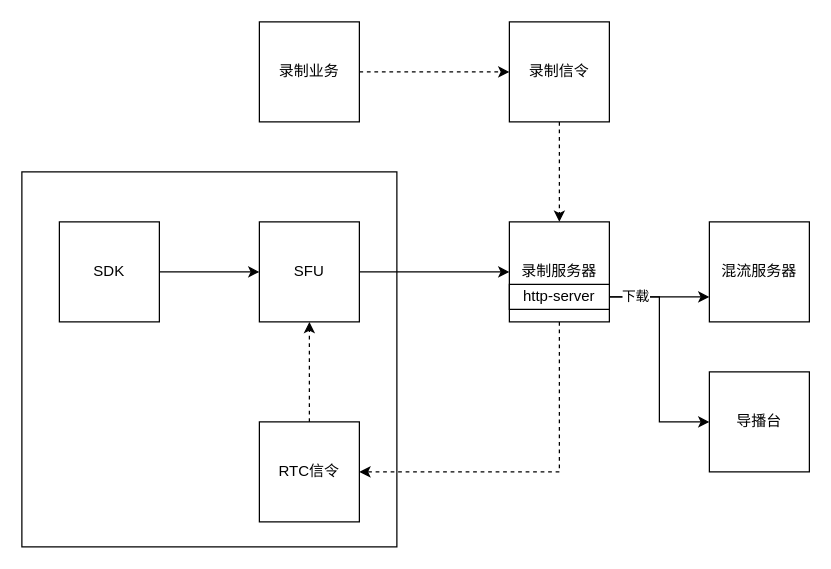
Earlier version of the draw.io diagram page "Page-14" (14 of 17) of Untitled Diagram2.drawio (craterone/imgs). Source tidied: cells renumbered, new cells numbered last; positions are measured from the earlier drawing's top-left corner, leaving out a move shared by most shapes. Both pictures are drawn from the tidied source at 125%, with x=0, y=0 at pixel (21, 21).
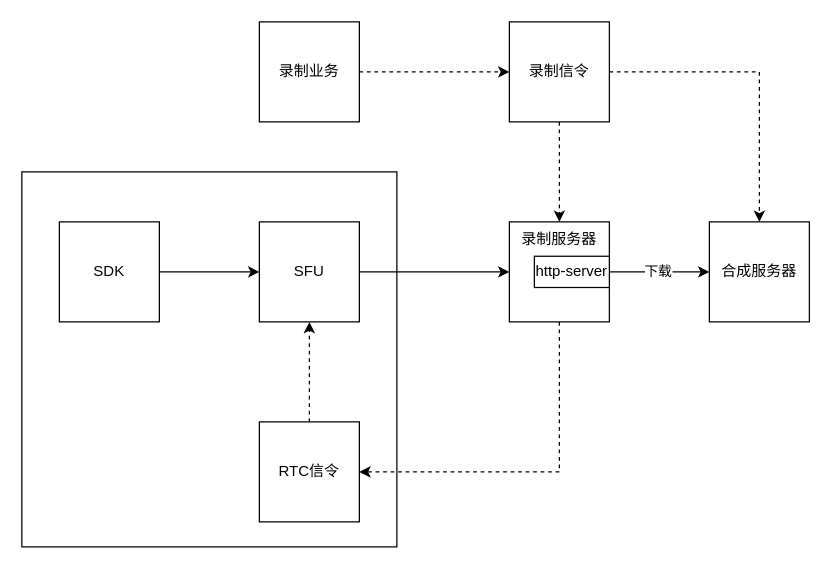
The same diagram, later.

The change refers to these unchanged cells:
```xml
<mxCell id="4" value="录制信令" style="whiteSpace=wrap;html=1;" parent="1" vertex="1">
  <mxGeometry x="390" width="80" height="80" as="geometry" />
</mxCell>
```

The edit, as a diff of the source:
```diff
@@
+    <mxCell id="21" style="edgeStyle=orthogonalEdgeStyle;rounded=0;jettySize=auto;html=1;entryX=0.5;entryY=0;entryDx=0;entryDy=0;dashed=1;" parent="1" edge="1" source="4" target="19">
+      <mxGeometry relative="1" as="geometry" />
+    </mxCell>
@@
-    <mxCell id="6" value="录制服务器" style="whiteSpace=wrap;html=1;" parent="1" vertex="1">
+    <mxCell id="6" value="录制服务器" style="whiteSpace=wrap;html=1;verticalAlign=top;" parent="1" vertex="1">
       <mxGeometry x="390" y="160" width="80" height="80" as="geometry" />
     </mxCell>
@@
-    <mxCell id="15" style="edgeStyle=orthogonalEdgeStyle;rounded=0;jettySize=auto;html=1;exitX=1;exitY=0.5;exitDx=0;exitDy=0;entryX=0;entryY=0.75;entryDx=0;entryDy=0;" parent="1" edge="1" source="18" target="19">
+    <mxCell id="15" style="edgeStyle=orthogonalEdgeStyle;rounded=0;jettySize=auto;html=1;exitX=1;exitY=0.5;exitDx=0;exitDy=0;entryX=0;entryY=0.5;entryDx=0;entryDy=0;" parent="1" edge="1" source="18" target="19">
       <mxGeometry relative="1" as="geometry" />
     </mxCell>
-    <mxCell id="16" style="edgeStyle=orthogonalEdgeStyle;rounded=0;jettySize=auto;html=1;entryX=0;entryY=0.5;entryDx=0;entryDy=0;" parent="1" edge="1" source="18" target="20">
-      <mxGeometry relative="1" as="geometry" />
-    </mxCell>
-    <mxCell id="17" value="下载" style="edgeLabel;html=1;align=center;verticalAlign=middle;" parent="16" vertex="1">
-      <mxGeometry x="-0.78" y="1" relative="1" as="geometry" />
+    <mxCell id="17" value="下载" style="edgeLabel;html=1;align=center;verticalAlign=middle;" parent="15" vertex="1">
+      <mxGeometry x="-0.04" y="1" relative="1" as="geometry" />
     </mxCell>
     <mxCell id="18" value="http-server" style="rounded=0;whiteSpace=wrap;html=1;" parent="1" vertex="1">
-      <mxGeometry x="390" y="210" width="80" height="20" as="geometry" />
+      <mxGeometry x="410" y="187.5" width="60" height="25" as="geometry" />
     </mxCell>
-    <mxCell id="19" value="混流服务器" style="whiteSpace=wrap;html=1;" parent="1" vertex="1">
+    <mxCell id="19" value="合成服务器" style="whiteSpace=wrap;html=1;" parent="1" vertex="1">
       <mxGeometry x="550" y="160" width="80" height="80" as="geometry" />
     </mxCell>
-    <mxCell id="20" value="导播台" style="whiteSpace=wrap;html=1;" parent="1" vertex="1">
-      <mxGeometry x="550" y="280" width="80" height="80" as="geometry" />
-    </mxCell>
```
